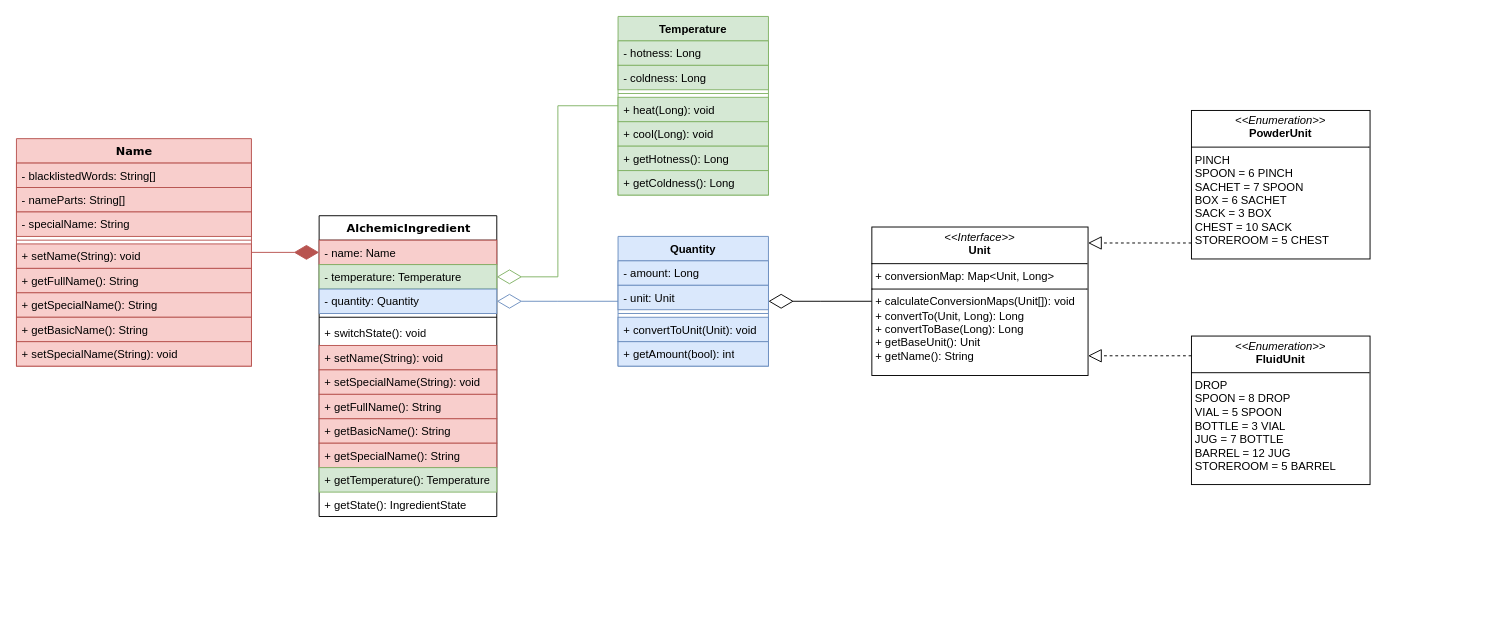
Mirovh/KULAK-OOP-exam-project keeps this draw.io diagram as ClassDiagram.drawio. Above is the earlier version. Source tidied: cells renumbered, new cells numbered last; positions are measured from the earlier drawing's top-left corner, leaving out a move shared by most shapes. Both pictures are drawn from the tidied source at 94%, with x=0, y=0 at pixel (16, 16).
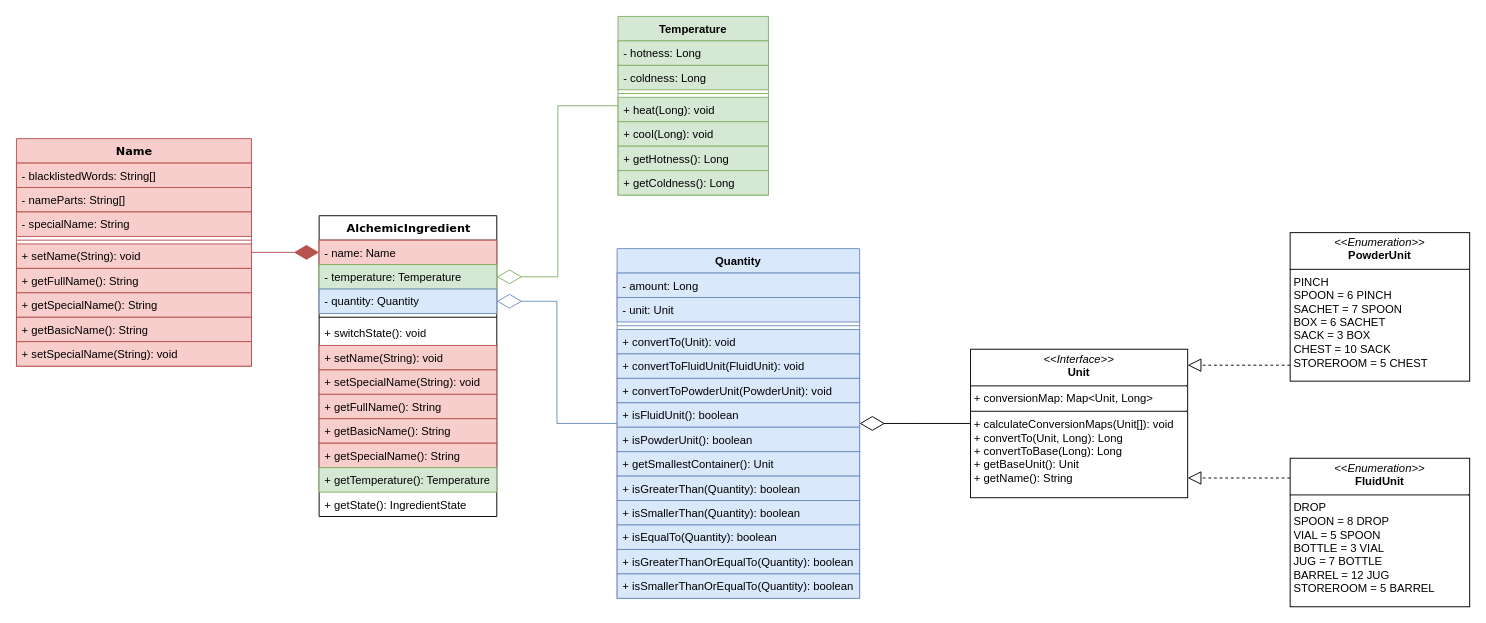
After the change.

Commit message (it also covers changes not shown here):
Update UML diagram

Diff of the diagram source:
```diff
@@
     <mxCell id="35" value="Quantity" style="swimlane;fontStyle=1;align=center;verticalAlign=top;horizontal=1;startSize=26;whiteSpace=wrap;html=1;fillColor=#dae8fc;strokeColor=#6c8ebf;" parent="1" vertex="1">
-      <mxGeometry x="640" y="234" width="160" height="138" as="geometry" />
+      <mxGeometry x="639" y="247" width="258" height="372" as="geometry" />
     </mxCell>
     <mxCell id="36" value="- amount: Long" style="text;strokeColor=#6c8ebf;fillColor=#dae8fc;align=left;verticalAlign=top;spacingLeft=4;spacingRight=4;overflow=hidden;whiteSpace=wrap;html=1;" parent="35" vertex="1">
-      <mxGeometry y="26" width="160" height="26" as="geometry" />
+      <mxGeometry y="26" width="258" height="26" as="geometry" />
     </mxCell>
     <mxCell id="37" value="- unit: Unit" style="text;strokeColor=#6c8ebf;fillColor=#dae8fc;align=left;verticalAlign=top;spacingLeft=4;spacingRight=4;overflow=hidden;whiteSpace=wrap;html=1;" parent="35" vertex="1">
-      <mxGeometry y="52" width="160" height="26" as="geometry" />
+      <mxGeometry y="52" width="258" height="26" as="geometry" />
     </mxCell>
     <mxCell id="38" style="line;strokeWidth=1;fillColor=#dae8fc;align=left;verticalAlign=middle;spacingTop=-1;spacingLeft=3;spacingRight=3;labelPosition=right;strokeColor=#6c8ebf;" parent="35" vertex="1">
-      <mxGeometry y="78" width="160" height="8" as="geometry" />
+      <mxGeometry y="78" width="258" height="8" as="geometry" />
     </mxCell>
-    <mxCell id="39" value="+ convertToUnit(Unit): void" style="text;strokeColor=#6c8ebf;fillColor=#dae8fc;align=left;verticalAlign=top;spacingLeft=4;spacingRight=4;overflow=hidden;whiteSpace=wrap;html=1;" parent="35" vertex="1">
-      <mxGeometry y="86" width="160" height="26" as="geometry" />
+    <mxCell id="39" value="+ convertTo(Unit): void" style="text;strokeColor=#6c8ebf;fillColor=#dae8fc;align=left;verticalAlign=top;spacingLeft=4;spacingRight=4;overflow=hidden;whiteSpace=wrap;html=1;" parent="35" vertex="1">
+      <mxGeometry y="86" width="258" height="26" as="geometry" />
     </mxCell>
-    <mxCell id="40" value="+ getAmount(bool): int" style="text;strokeColor=#6c8ebf;fillColor=#dae8fc;align=left;verticalAlign=top;spacingLeft=4;spacingRight=4;overflow=hidden;whiteSpace=wrap;html=1;" parent="35" vertex="1">
-      <mxGeometry y="112" width="160" height="26" as="geometry" />
-    </mxCell>
+    <mxCell id="48" value="+ convertToFluidUnit(FluidUnit): void" style="text;strokeColor=#6c8ebf;fillColor=#dae8fc;align=left;verticalAlign=top;spacingLeft=4;spacingRight=4;overflow=hidden;whiteSpace=wrap;html=1;" parent="35" vertex="1">
+      <mxGeometry y="112" width="258" height="26" as="geometry" />
+    </mxCell>
+    <mxCell id="49" value="+ convertToPowderUnit(PowderUnit): void" style="text;strokeColor=#6c8ebf;fillColor=#dae8fc;align=left;verticalAlign=top;spacingLeft=4;spacingRight=4;overflow=hidden;whiteSpace=wrap;html=1;" parent="35" vertex="1">
+      <mxGeometry y="138" width="258" height="26" as="geometry" />
+    </mxCell>
+    <mxCell id="50" value="+ isFluidUnit(): boolean" style="text;strokeColor=#6c8ebf;fillColor=#dae8fc;align=left;verticalAlign=top;spacingLeft=4;spacingRight=4;overflow=hidden;whiteSpace=wrap;html=1;" parent="35" vertex="1">
+      <mxGeometry y="164" width="258" height="26" as="geometry" />
+    </mxCell>
+    <mxCell id="51" value="+ isPowderUnit(): boolean" style="text;strokeColor=#6c8ebf;fillColor=#dae8fc;align=left;verticalAlign=top;spacingLeft=4;spacingRight=4;overflow=hidden;whiteSpace=wrap;html=1;" parent="35" vertex="1">
+      <mxGeometry y="190" width="258" height="26" as="geometry" />
+    </mxCell>
+    <mxCell id="52" value="+ getSmallestContainer(): Unit" style="text;strokeColor=#6c8ebf;fillColor=#dae8fc;align=left;verticalAlign=top;spacingLeft=4;spacingRight=4;overflow=hidden;whiteSpace=wrap;html=1;" parent="35" vertex="1">
+      <mxGeometry y="216" width="258" height="26" as="geometry" />
+    </mxCell>
+    <mxCell id="53" value="+ isGreaterThan(Quantity): boolean" style="text;strokeColor=#6c8ebf;fillColor=#dae8fc;align=left;verticalAlign=top;spacingLeft=4;spacingRight=4;overflow=hidden;whiteSpace=wrap;html=1;" parent="35" vertex="1">
+      <mxGeometry y="242" width="258" height="26" as="geometry" />
+    </mxCell>
+    <mxCell id="54" value="+ isSmallerThan(Quantity): boolean" style="text;strokeColor=#6c8ebf;fillColor=#dae8fc;align=left;verticalAlign=top;spacingLeft=4;spacingRight=4;overflow=hidden;whiteSpace=wrap;html=1;" parent="35" vertex="1">
+      <mxGeometry y="268" width="258" height="26" as="geometry" />
+    </mxCell>
+    <mxCell id="55" value="+ isEqualTo(Quantity): boolean" style="text;strokeColor=#6c8ebf;fillColor=#dae8fc;align=left;verticalAlign=top;spacingLeft=4;spacingRight=4;overflow=hidden;whiteSpace=wrap;html=1;" parent="35" vertex="1">
+      <mxGeometry y="294" width="258" height="26" as="geometry" />
+    </mxCell>
+    <mxCell id="56" value="+ isGreaterThanOrEqualTo(Quantity): boolean" style="text;strokeColor=#6c8ebf;fillColor=#dae8fc;align=left;verticalAlign=top;spacingLeft=4;spacingRight=4;overflow=hidden;whiteSpace=wrap;html=1;" parent="35" vertex="1">
+      <mxGeometry y="320" width="258" height="26" as="geometry" />
+    </mxCell>
+    <mxCell id="57" value="+ isSmallerThanOrEqualTo(Quantity): boolean" style="text;strokeColor=#6c8ebf;fillColor=#dae8fc;align=left;verticalAlign=top;spacingLeft=4;spacingRight=4;overflow=hidden;whiteSpace=wrap;html=1;" parent="35" vertex="1">
+      <mxGeometry y="346" width="258" height="26" as="geometry" />
+    </mxCell>
@@
     <mxCell id="42" value="&lt;p style=&quot;margin:0px;margin-top:4px;text-align:center;&quot;&gt;&lt;i&gt;&amp;lt;&amp;lt;Interface&amp;gt;&amp;gt;&lt;/i&gt;&lt;br&gt;&lt;b&gt;Unit&lt;/b&gt;&lt;/p&gt;&lt;hr size=&quot;1&quot; style=&quot;border-style:solid;&quot;&gt;&lt;p style=&quot;margin:0px;margin-left:4px;&quot;&gt;+ conversionMap: Map&amp;lt;Unit, Long&amp;gt;&lt;br&gt;&lt;/p&gt;&lt;hr size=&quot;1&quot; style=&quot;border-style:solid;&quot;&gt;&lt;p style=&quot;margin:0px;margin-left:4px;&quot;&gt;+ calculateConversionMaps(Unit[]): void&lt;/p&gt;&lt;p style=&quot;margin:0px;margin-left:4px;&quot;&gt;+ convertTo(Unit, Long): Long&lt;/p&gt;&lt;p style=&quot;margin:0px;margin-left:4px;&quot;&gt;+ convertToBase(Long): Long&lt;/p&gt;&lt;p style=&quot;margin:0px;margin-left:4px;&quot;&gt;+ getBaseUnit(): Unit&lt;/p&gt;&lt;p style=&quot;margin:0px;margin-left:4px;&quot;&gt;+ getName(): String&lt;/p&gt;" style="verticalAlign=top;align=left;overflow=fill;html=1;whiteSpace=wrap;" parent="1" vertex="1">
-      <mxGeometry x="910" y="224" width="230" height="158" as="geometry" />
+      <mxGeometry x="1015" y="354" width="231" height="158" as="geometry" />
     </mxCell>
     <mxCell id="43" value="&lt;p style=&quot;margin:0px;margin-top:4px;text-align:center;&quot;&gt;&lt;i&gt;&amp;lt;&amp;lt;Enumeration&amp;gt;&amp;gt;&lt;/i&gt;&lt;br&gt;&lt;b&gt;PowderUnit&lt;/b&gt;&lt;/p&gt;&lt;hr size=&quot;1&quot; style=&quot;border-style:solid;&quot;&gt;&lt;p style=&quot;margin:0px;margin-left:4px;&quot;&gt;PINCH&lt;/p&gt;&lt;p style=&quot;margin:0px;margin-left:4px;&quot;&gt;SPOON = 6 PINCH&lt;/p&gt;&lt;p style=&quot;margin:0px;margin-left:4px;&quot;&gt;&lt;span style=&quot;background-color: initial;&quot;&gt;SACHET = 7 SPOON&lt;/span&gt;&lt;/p&gt;&lt;p style=&quot;margin:0px;margin-left:4px;&quot;&gt;&lt;span style=&quot;background-color: initial;&quot;&gt;BOX = 6 SACHET&lt;/span&gt;&lt;/p&gt;&lt;p style=&quot;margin:0px;margin-left:4px;&quot;&gt;&lt;span style=&quot;background-color: initial;&quot;&gt;SACK = 3 BOX&lt;/span&gt;&lt;/p&gt;&lt;p style=&quot;margin:0px;margin-left:4px;&quot;&gt;&lt;span style=&quot;background-color: initial;&quot;&gt;CHEST = 10 SACK&lt;/span&gt;&lt;/p&gt;&lt;p style=&quot;margin:0px;margin-left:4px;&quot;&gt;&lt;span style=&quot;background-color: initial;&quot;&gt;STOREROOM = 5 CHEST&lt;/span&gt;&lt;/p&gt;" style="verticalAlign=top;align=left;overflow=fill;html=1;whiteSpace=wrap;" parent="1" vertex="1">
-      <mxGeometry x="1250" y="100" width="190" height="158" as="geometry" />
+      <mxGeometry x="1355" y="230" width="191" height="158" as="geometry" />
     </mxCell>
     <mxCell id="44" value="&lt;p style=&quot;margin:0px;margin-top:4px;text-align:center;&quot;&gt;&lt;i&gt;&amp;lt;&amp;lt;Enumeration&amp;gt;&amp;gt;&lt;/i&gt;&lt;br&gt;&lt;b&gt;FluidUnit&lt;/b&gt;&lt;/p&gt;&lt;hr size=&quot;1&quot; style=&quot;border-style:solid;&quot;&gt;&lt;p style=&quot;margin:0px;margin-left:4px;&quot;&gt;DROP&lt;/p&gt;&lt;p style=&quot;margin:0px;margin-left:4px;&quot;&gt;SPOON = 8&amp;nbsp;&lt;span style=&quot;background-color: initial;&quot;&gt;DROP&lt;/span&gt;&lt;/p&gt;&lt;p style=&quot;margin:0px;margin-left:4px;&quot;&gt;&lt;span style=&quot;background-color: initial;&quot;&gt;VIAL = 5 SPOON&lt;/span&gt;&lt;/p&gt;&lt;p style=&quot;margin:0px;margin-left:4px;&quot;&gt;&lt;span style=&quot;background-color: initial;&quot;&gt;BOTTLE = 3&amp;nbsp;&lt;/span&gt;&lt;span style=&quot;background-color: initial;&quot;&gt;VIAL&lt;/span&gt;&lt;span style=&quot;background-color: initial;&quot;&gt;&amp;nbsp;&lt;/span&gt;&lt;/p&gt;&lt;p style=&quot;margin:0px;margin-left:4px;&quot;&gt;&lt;span style=&quot;background-color: initial;&quot;&gt;JUG = 7&amp;nbsp;&lt;/span&gt;&lt;span style=&quot;background-color: initial;&quot;&gt;BOTTLE&lt;/span&gt;&lt;span style=&quot;background-color: initial;&quot;&gt;&amp;nbsp;&lt;/span&gt;&lt;/p&gt;&lt;p style=&quot;margin:0px;margin-left:4px;&quot;&gt;&lt;span style=&quot;background-color: initial;&quot;&gt;BARREL = 12&amp;nbsp;&lt;/span&gt;&lt;span style=&quot;background-color: initial;&quot;&gt;JUG&lt;/span&gt;&lt;span style=&quot;background-color: initial;&quot;&gt;&amp;nbsp;&lt;/span&gt;&lt;/p&gt;&lt;p style=&quot;margin:0px;margin-left:4px;&quot;&gt;&lt;span style=&quot;background-color: initial;&quot;&gt;STOREROOM = 5&amp;nbsp;&lt;/span&gt;&lt;span style=&quot;background-color: initial;&quot;&gt;BARREL&lt;/span&gt;&lt;span style=&quot;background-color: initial;&quot;&gt;&amp;nbsp;&lt;/span&gt;&lt;/p&gt;" style="verticalAlign=top;align=left;overflow=fill;html=1;whiteSpace=wrap;" parent="1" vertex="1">
-      <mxGeometry x="1250" y="340" width="190" height="158" as="geometry" />
+      <mxGeometry x="1355" y="470" width="191" height="158" as="geometry" />
     </mxCell>
```
